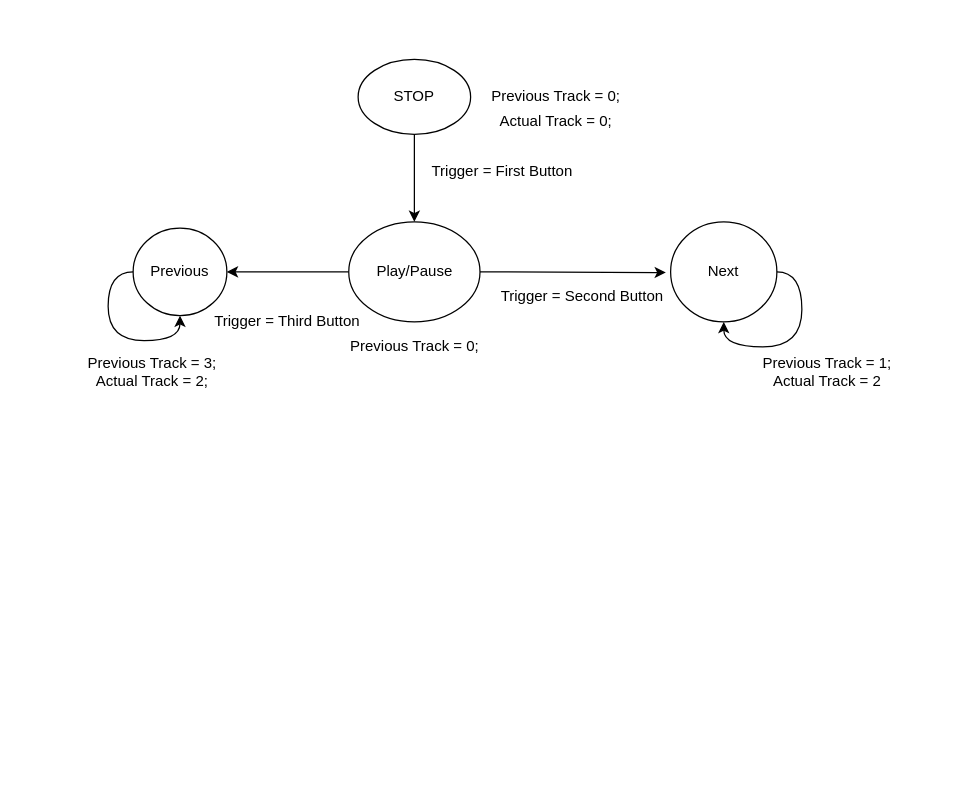
brunoavalos/PracticaReproductorAudio keeps this draw.io diagram as Doc/FSM/Track_Number.drawio. Above is the earlier version. Source tidied: cells renumbered, new cells numbered last; positions are measured from the earlier drawing's top-left corner, leaving out a move shared by most shapes. Both pictures are drawn from the tidied source at 125%, with x=0, y=0 at pixel (76, 59).
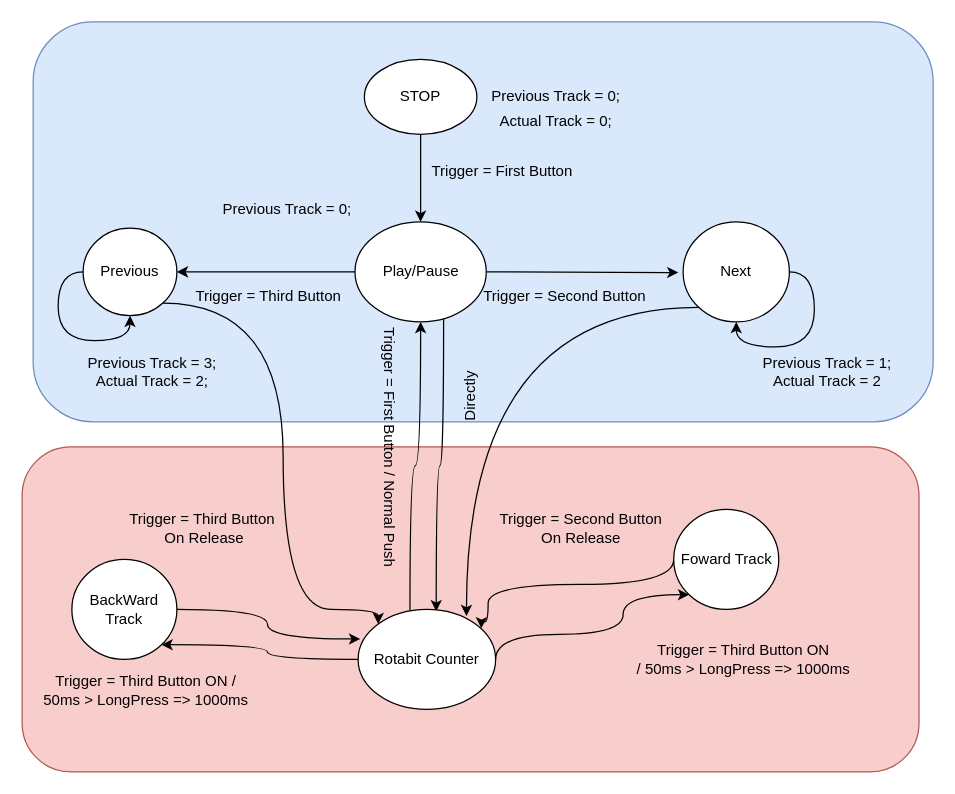
After the change.

Commit message (it also covers changes not shown here):
FSM Backfoward & Foward

Diff of the diagram source:
```diff
@@
+    <mxCell id="19" style="rounded=1;whiteSpace=wrap;html=1;fillColor=#f8cecc;strokeColor=#b85450;" parent="1" vertex="1">
+      <mxGeometry x="-43.8" y="310" width="717.5" height="260" as="geometry" />
+    </mxCell>
+    <mxCell id="20" style="rounded=1;whiteSpace=wrap;html=1;fillColor=#dae8fc;strokeColor=#6c8ebf;" parent="1" vertex="1">
+      <mxGeometry x="-35" y="-30" width="720" height="320" as="geometry" />
+    </mxCell>
@@
     <mxCell id="3" value="STOP" style="ellipse;whiteSpace=wrap;html=1;" parent="1" vertex="1">
-      <mxGeometry x="225" width="90" height="60" as="geometry" />
+      <mxGeometry x="230" width="90" height="60" as="geometry" />
     </mxCell>
@@
+    <mxCell id="21" style="edgeStyle=orthogonalEdgeStyle;curved=1;rounded=0;jettySize=auto;html=1;exitX=0.675;exitY=0.963;exitDx=0;exitDy=0;entryX=0.568;entryY=0.02;entryDx=0;entryDy=0;entryPerimeter=0;exitPerimeter=0;" parent="1" edge="1" source="6" target="35">
+      <mxGeometry relative="1" as="geometry" />
+    </mxCell>
     <mxCell id="6" value="Play/Pause" style="ellipse;whiteSpace=wrap;html=1;" parent="1" vertex="1">
-      <mxGeometry x="217.5" y="130" width="105" height="80" as="geometry" />
+      <mxGeometry x="222.5" y="130" width="105" height="80" as="geometry" />
     </mxCell>
+    <mxCell id="22" style="edgeStyle=orthogonalEdgeStyle;curved=1;rounded=0;jettySize=auto;html=1;exitX=0;exitY=1;exitDx=0;exitDy=0;entryX=0.788;entryY=0.067;entryDx=0;entryDy=0;entryPerimeter=0;" parent="1" edge="1" source="7" target="35">
+      <mxGeometry relative="1" as="geometry" />
+    </mxCell>
     <mxCell id="7" value="Next" style="ellipse;whiteSpace=wrap;html=1;" parent="1" vertex="1">
-      <mxGeometry x="475" y="130" width="85" height="80" as="geometry" />
+      <mxGeometry x="485" y="130" width="85" height="80" as="geometry" />
     </mxCell>
+    <mxCell id="23" style="edgeStyle=orthogonalEdgeStyle;curved=1;rounded=0;jettySize=auto;html=1;exitX=1;exitY=1;exitDx=0;exitDy=0;entryX=0;entryY=0;entryDx=0;entryDy=0;" parent="1" edge="1" source="8" target="35">
+      <mxGeometry relative="1" as="geometry">
+        <Array as="points">
+          <mxPoint x="165" y="195" />
+          <mxPoint x="165" y="440" />
+          <mxPoint x="241" y="440" />
+        </Array>
+      </mxGeometry>
+    </mxCell>
     <mxCell id="8" value="Previous&lt;br&gt;" style="ellipse;whiteSpace=wrap;html=1;" parent="1" vertex="1">
-      <mxGeometry x="45" y="135" width="75" height="70" as="geometry" />
+      <mxGeometry x="5" y="135" width="75" height="70" as="geometry" />
     </mxCell>
@@
     <mxCell id="10" value="Previous Track = 0;" style="text;html=1;align=center;verticalAlign=middle;" parent="1" vertex="1">
-      <mxGeometry x="210" y="220" width="120" height="20" as="geometry" />
+      <mxGeometry x="107.5" y="110" width="120" height="20" as="geometry" />
     </mxCell>
     <mxCell id="11" value="Trigger = Second Button" style="text;html=1;align=center;verticalAlign=middle;" parent="1" vertex="1">
-      <mxGeometry x="329" y="180" width="150" height="20" as="geometry" />
+      <mxGeometry x="315" y="180" width="150" height="20" as="geometry" />
     </mxCell>
@@
     <mxCell id="15" value="Trigger = Third Button" style="text;html=1;align=center;verticalAlign=middle;" parent="1" vertex="1">
-      <mxGeometry x="102.5" y="200" width="130" height="20" as="geometry" />
+      <mxGeometry x="87.5" y="180" width="130" height="20" as="geometry" />
     </mxCell>
@@
+    <mxCell id="24" style="edgeStyle=orthogonalEdgeStyle;curved=1;rounded=0;jettySize=auto;html=1;exitX=0;exitY=0.5;exitDx=0;exitDy=0;entryX=0.896;entryY=0.19;entryDx=0;entryDy=0;entryPerimeter=0;" parent="1" edge="1" source="25" target="35">
+      <mxGeometry relative="1" as="geometry">
+        <Array as="points">
+          <mxPoint x="477" y="420" />
+          <mxPoint x="329" y="420" />
+          <mxPoint x="329" y="450" />
+          <mxPoint x="324" y="450" />
+        </Array>
+      </mxGeometry>
+    </mxCell>
+    <mxCell id="25" value="Foward Track" style="ellipse;whiteSpace=wrap;html=1;rounded=1;fillColor=#ffffff;" parent="1" vertex="1">
+      <mxGeometry x="477.5" y="360" width="84" height="80" as="geometry" />
+    </mxCell>
+    <mxCell id="26" style="edgeStyle=orthogonalEdgeStyle;curved=1;rounded=0;jettySize=auto;html=1;exitX=1;exitY=0.5;exitDx=0;exitDy=0;entryX=0.015;entryY=0.296;entryDx=0;entryDy=0;entryPerimeter=0;" parent="1" edge="1" source="27" target="35">
+      <mxGeometry relative="1" as="geometry" />
+    </mxCell>
+    <mxCell id="27" value="BackWard Track" style="ellipse;whiteSpace=wrap;html=1;rounded=1;fillColor=#ffffff;" parent="1" vertex="1">
+      <mxGeometry x="-4" y="400" width="84" height="80" as="geometry" />
+    </mxCell>
+    <mxCell id="28" value="Trigger = Third Button ON / &lt;br&gt;50ms &amp;gt; LongPress =&amp;gt; 1000ms" style="text;html=1;align=center;verticalAlign=middle;" parent="1" vertex="1">
+      <mxGeometry x="-35" y="490" width="180" height="30" as="geometry" />
+    </mxCell>
+    <mxCell id="29" value="Trigger = Third Button ON &lt;br&gt;/ 50ms &amp;gt; LongPress =&amp;gt; 1000ms" style="text;html=1;align=center;verticalAlign=middle;" parent="1" vertex="1">
+      <mxGeometry x="437.5" y="465" width="190" height="30" as="geometry" />
+    </mxCell>
+    <mxCell id="30" value="Trigger = Third Button&lt;br&gt;&amp;nbsp;On Release" style="text;html=1;align=center;verticalAlign=middle;" parent="1" vertex="1">
+      <mxGeometry x="35" y="360" width="130" height="30" as="geometry" />
+    </mxCell>
+    <mxCell id="31" value="Trigger = Second Button &lt;br&gt;On Release" style="text;html=1;align=center;verticalAlign=middle;" parent="1" vertex="1">
+      <mxGeometry x="327.5" y="360" width="150" height="30" as="geometry" />
+    </mxCell>
+    <mxCell id="32" style="edgeStyle=orthogonalEdgeStyle;curved=1;rounded=0;jettySize=auto;html=1;exitX=1;exitY=0.5;exitDx=0;exitDy=0;entryX=0;entryY=1;entryDx=0;entryDy=0;" parent="1" edge="1" source="35" target="25">
+      <mxGeometry relative="1" as="geometry">
+        <Array as="points">
+          <mxPoint x="335" y="460" />
+          <mxPoint x="437" y="460" />
+        </Array>
+      </mxGeometry>
+    </mxCell>
+    <mxCell id="33" style="edgeStyle=orthogonalEdgeStyle;curved=1;rounded=0;jettySize=auto;html=1;exitX=0;exitY=0.5;exitDx=0;exitDy=0;entryX=1;entryY=1;entryDx=0;entryDy=0;" parent="1" edge="1" source="35" target="27">
+      <mxGeometry relative="1" as="geometry" />
+    </mxCell>
+    <mxCell id="34" style="edgeStyle=orthogonalEdgeStyle;curved=1;rounded=0;jettySize=auto;html=1;exitX=0.377;exitY=0.008;exitDx=0;exitDy=0;exitPerimeter=0;" parent="1" edge="1" source="35" target="6">
+      <mxGeometry relative="1" as="geometry" />
+    </mxCell>
+    <mxCell id="35" value="Rotabit Counter" style="ellipse;whiteSpace=wrap;html=1;rounded=1;fillColor=#ffffff;" parent="1" vertex="1">
+      <mxGeometry x="225" y="440" width="110" height="80" as="geometry" />
+    </mxCell>
+    <mxCell id="36" value="Trigger = First Button / Normal Push" style="text;html=1;align=center;verticalAlign=middle;rotation=90;" parent="1" vertex="1">
+      <mxGeometry x="145" y="300" width="210" height="20" as="geometry" />
+    </mxCell>
+    <mxCell id="37" value="Directly" style="text;html=1;align=center;verticalAlign=middle;rotation=-90;" parent="1" vertex="1">
+      <mxGeometry x="285" y="260" width="60" height="20" as="geometry" />
+    </mxCell>
```
